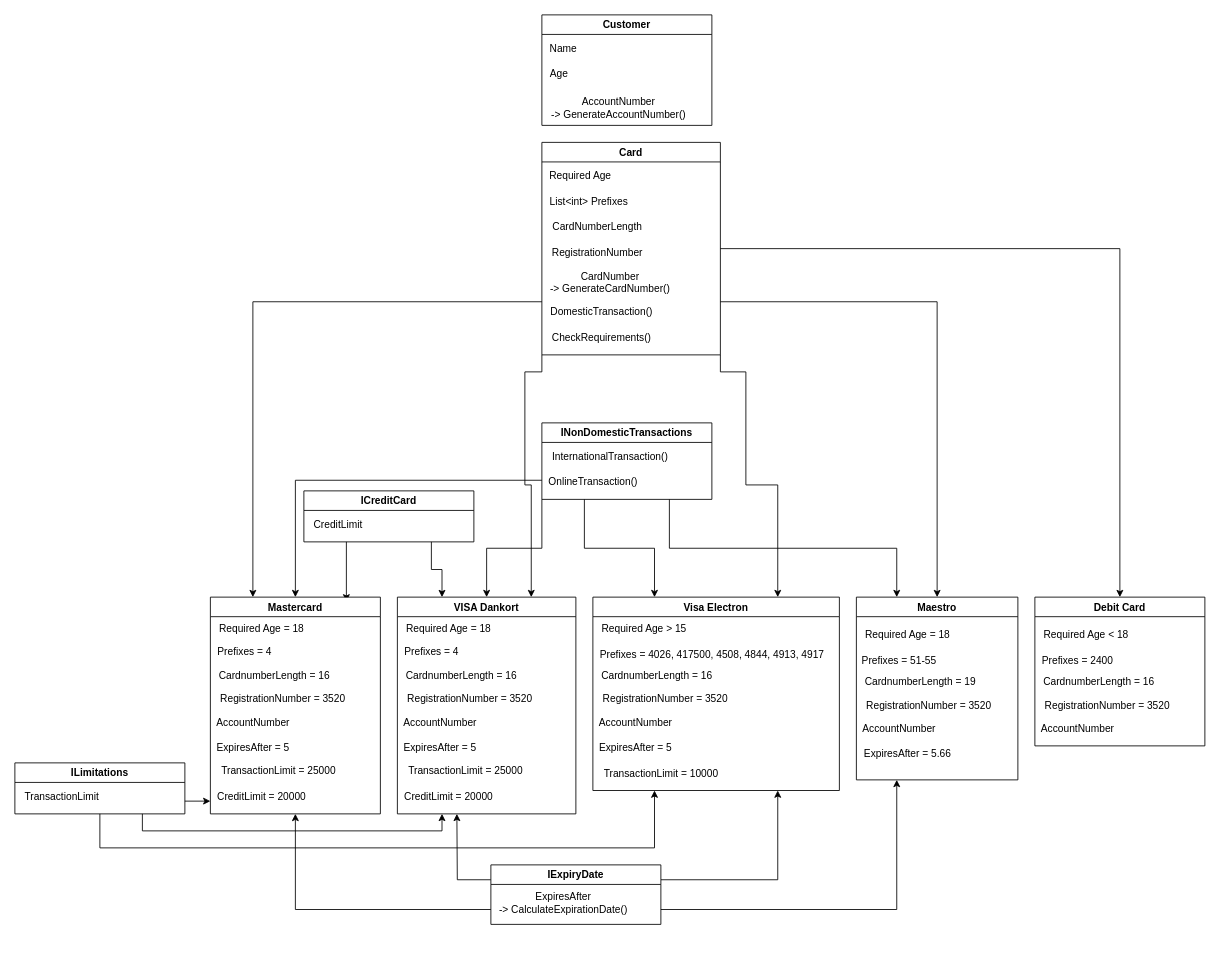
Before: MyBanker.drawio in GoosLife/MyBanker, a draw.io diagram. Source tidied: cells renumbered, new cells numbered last; positions are measured from the earlier drawing's top-left corner, leaving out a move shared by most shapes. Both pictures are drawn from the tidied source at 85%, with x=0, y=0 at pixel (14, 14).
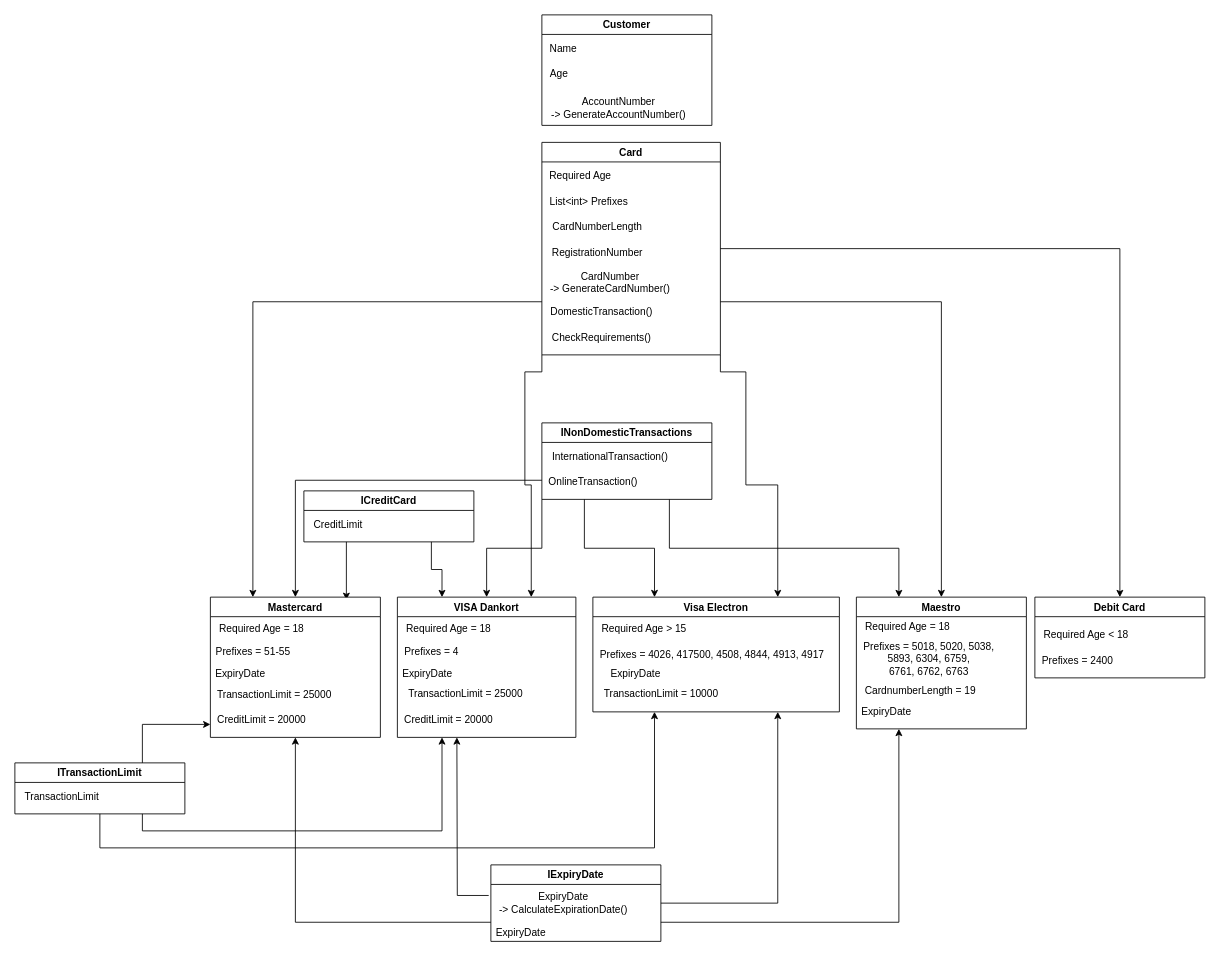
Above is the later version.

Diff of the diagram source:
```diff
@@
-    <mxCell id="19" style="edgeStyle=orthogonalEdgeStyle;rounded=0;jettySize=auto;html=1;exitX=1;exitY=0.75;exitDx=0;exitDy=0;entryX=0;entryY=0.737;entryDx=0;entryDy=0;entryPerimeter=0;" parent="1" edge="1" source="22" target="79">
+    <mxCell id="19" style="edgeStyle=orthogonalEdgeStyle;rounded=0;jettySize=auto;html=1;exitX=0.75;exitY=0;exitDx=0;exitDy=0;entryX=0;entryY=0.737;entryDx=0;entryDy=0;entryPerimeter=0;" parent="1" edge="1" source="22" target="79">
       <mxGeometry relative="1" as="geometry" />
     </mxCell>
@@
-    <mxCell id="22" value="ILimitations" style="swimlane;" parent="1" vertex="1">
+    <mxCell id="22" value="ITransactionLimit" style="swimlane;startSize=23;" parent="1" vertex="1">
       <mxGeometry y="880" width="200" height="60" as="geometry" />
     </mxCell>
@@
-    <mxCell id="32" style="edgeStyle=orthogonalEdgeStyle;rounded=0;jettySize=auto;html=1;exitX=1;exitY=0.25;exitDx=0;exitDy=0;entryX=0.75;entryY=1;entryDx=0;entryDy=0;" parent="1" edge="1" source="35" target="54">
+    <mxCell id="32" style="edgeStyle=orthogonalEdgeStyle;rounded=0;jettySize=auto;html=1;exitX=1;exitY=0.5;exitDx=0;exitDy=0;entryX=0.75;entryY=1;entryDx=0;entryDy=0;" parent="1" edge="1" source="35" target="54">
       <mxGeometry relative="1" as="geometry" />
     </mxCell>
-    <mxCell id="33" style="edgeStyle=orthogonalEdgeStyle;rounded=0;jettySize=auto;html=1;exitX=0;exitY=0.25;exitDx=0;exitDy=0;" parent="1" edge="1" source="35">
+    <mxCell id="33" style="edgeStyle=orthogonalEdgeStyle;rounded=0;jettySize=auto;html=1;exitX=-0.015;exitY=0.2;exitDx=0;exitDy=0;exitPerimeter=0;" parent="1" edge="1" source="36">
       <mxGeometry relative="1" as="geometry">
-        <mxPoint x="520" y="940" as="targetPoint" />
+        <mxPoint x="520" y="850" as="targetPoint" />
       </mxGeometry>
     </mxCell>
@@
     <mxCell id="35" value="IExpiryDate" style="swimlane;" parent="1" vertex="1">
-      <mxGeometry x="560" y="1000" width="200" height="70" as="geometry" />
+      <mxGeometry x="560" y="1000" width="200" height="90" as="geometry" />
     </mxCell>
-    <mxCell id="36" value="&lt;div&gt;ExpiresAfter&lt;/div&gt;&lt;div&gt;-&amp;gt; CalculateExpirationDate()&lt;br&gt;&lt;/div&gt;" style="text;html=1;align=center;verticalAlign=middle;points=[];strokeColor=none;fillColor=none;" parent="35" vertex="1">
+    <mxCell id="36" value="&lt;div&gt;ExpiryDate&lt;/div&gt;&lt;div&gt;-&amp;gt; CalculateExpirationDate()&lt;br&gt;&lt;/div&gt;" style="text;html=1;align=center;verticalAlign=middle;points=[];strokeColor=none;fillColor=none;" parent="35" vertex="1">
       <mxGeometry y="30" width="170" height="30" as="geometry" />
     </mxCell>
+    <mxCell id="80" value="ExpiryDate" style="text;html=1;align=center;verticalAlign=middle;strokeColor=none;fillColor=none;" parent="35" vertex="1">
+      <mxGeometry y="70" width="70" height="20" as="geometry" />
+    </mxCell>
@@
     <mxCell id="41" value="Debit Card" style="swimlane;" parent="1" vertex="1">
-      <mxGeometry x="1200" y="685" width="200" height="175" as="geometry" />
+      <mxGeometry x="1200" y="685" width="200" height="95" as="geometry" />
     </mxCell>
@@
-    <mxCell id="44" value="CardnumberLength = 16" style="text;html=1;align=center;verticalAlign=middle;strokeColor=none;fillColor=none;" parent="41" vertex="1">
-      <mxGeometry y="90" width="150" height="20" as="geometry" />
-    </mxCell>
-    <mxCell id="45" value="RegistrationNumber = 3520" style="text;html=1;align=center;verticalAlign=middle;strokeColor=none;fillColor=none;" parent="41" vertex="1">
-      <mxGeometry y="117.5" width="170" height="20" as="geometry" />
-    </mxCell>
-    <mxCell id="46" value="AccountNumber" style="text;html=1;align=center;verticalAlign=middle;strokeColor=none;fillColor=none;" parent="41" vertex="1">
-      <mxGeometry y="145" width="100" height="20" as="geometry" />
-    </mxCell>
     <mxCell id="47" value="Maestro" style="swimlane;" parent="1" vertex="1">
-      <mxGeometry x="990" y="685" width="190" height="215" as="geometry" />
+      <mxGeometry x="990" y="685" width="200" height="155" as="geometry" />
     </mxCell>
     <mxCell id="48" value="Required Age = 18" style="text;html=1;align=center;verticalAlign=middle;strokeColor=none;fillColor=none;" parent="47" vertex="1">
-      <mxGeometry y="35" width="120" height="20" as="geometry" />
+      <mxGeometry y="25" width="120" height="20" as="geometry" />
     </mxCell>
-    <mxCell id="49" value="Prefixes = 51-55" style="text;html=1;align=center;verticalAlign=middle;strokeColor=none;fillColor=none;" parent="47" vertex="1">
-      <mxGeometry y="65" width="100" height="20" as="geometry" />
+    <mxCell id="49" value="&lt;div&gt;Prefixes = 5018, 5020, 5038, &lt;br&gt;&lt;/div&gt;&lt;div&gt;5893, 6304, 6759, &lt;br&gt;&lt;/div&gt;&lt;div&gt;6761, 6762, 6763&lt;/div&gt;" style="text;html=1;align=center;verticalAlign=middle;strokeColor=none;fillColor=none;" parent="47" vertex="1">
+      <mxGeometry y="47.5" width="170" height="50" as="geometry" />
     </mxCell>
     <mxCell id="50" value="CardnumberLength = 19" style="text;html=1;align=center;verticalAlign=middle;strokeColor=none;fillColor=none;" parent="47" vertex="1">
-      <mxGeometry y="90" width="150" height="20" as="geometry" />
+      <mxGeometry y="100" width="150" height="20" as="geometry" />
     </mxCell>
-    <mxCell id="51" value="RegistrationNumber = 3520" style="text;html=1;align=center;verticalAlign=middle;strokeColor=none;fillColor=none;" parent="47" vertex="1">
-      <mxGeometry y="117.5" width="170" height="20" as="geometry" />
-    </mxCell>
-    <mxCell id="52" value="AccountNumber" style="text;html=1;align=center;verticalAlign=middle;strokeColor=none;fillColor=none;" parent="47" vertex="1">
-      <mxGeometry y="145" width="100" height="20" as="geometry" />
-    </mxCell>
-    <mxCell id="53" value="ExpiresAfter = 5.66" style="text;html=1;align=center;verticalAlign=middle;strokeColor=none;fillColor=none;" parent="47" vertex="1">
-      <mxGeometry y="175" width="120" height="20" as="geometry" />
+    <mxCell id="53" value="ExpiryDate" style="text;html=1;align=center;verticalAlign=middle;strokeColor=none;fillColor=none;" parent="47" vertex="1">
+      <mxGeometry y="125" width="70" height="20" as="geometry" />
     </mxCell>
     <mxCell id="54" value="Visa Electron" style="swimlane;" parent="1" vertex="1">
-      <mxGeometry x="680" y="685" width="290" height="227.5" as="geometry" />
+      <mxGeometry x="680" y="685" width="290" height="135" as="geometry" />
     </mxCell>
@@
-    <mxCell id="57" value="&lt;div&gt;CardnumberLength = 16&lt;/div&gt;" style="text;html=1;align=center;verticalAlign=middle;strokeColor=none;fillColor=none;" parent="54" vertex="1">
-      <mxGeometry y="82.5" width="150" height="20" as="geometry" />
-    </mxCell>
-    <mxCell id="58" value="RegistrationNumber = 3520" style="text;html=1;align=center;verticalAlign=middle;strokeColor=none;fillColor=none;" parent="54" vertex="1">
-      <mxGeometry y="110" width="170" height="20" as="geometry" />
-    </mxCell>
-    <mxCell id="59" value="AccountNumber" style="text;html=1;align=center;verticalAlign=middle;strokeColor=none;fillColor=none;" parent="54" vertex="1">
-      <mxGeometry y="137.5" width="100" height="20" as="geometry" />
-    </mxCell>
-    <mxCell id="60" value="ExpiresAfter = 5" style="text;html=1;align=center;verticalAlign=middle;strokeColor=none;fillColor=none;" parent="54" vertex="1">
-      <mxGeometry y="167.5" width="100" height="20" as="geometry" />
+    <mxCell id="60" value="ExpiryDate" style="text;html=1;align=center;verticalAlign=middle;strokeColor=none;fillColor=none;" parent="54" vertex="1">
+      <mxGeometry x="15" y="80" width="70" height="20" as="geometry" />
     </mxCell>
     <mxCell id="61" value="TransactionLimit = 10000" style="text;html=1;align=center;verticalAlign=middle;strokeColor=none;fillColor=none;" parent="54" vertex="1">
-      <mxGeometry y="197.5" width="160" height="20" as="geometry" />
+      <mxGeometry y="103.8" width="160" height="20" as="geometry" />
     </mxCell>
     <mxCell id="62" value="VISA Dankort" style="swimlane;" parent="1" vertex="1">
-      <mxGeometry x="450" y="685" width="210" height="255" as="geometry" />
+      <mxGeometry x="450" y="685" width="210" height="165" as="geometry" />
     </mxCell>
@@
-    <mxCell id="65" value="&lt;div&gt;CardnumberLength = 16&lt;/div&gt;" style="text;html=1;align=center;verticalAlign=middle;strokeColor=none;fillColor=none;" parent="62" vertex="1">
-      <mxGeometry y="82.5" width="150" height="20" as="geometry" />
-    </mxCell>
-    <mxCell id="66" value="RegistrationNumber = 3520" style="text;html=1;align=center;verticalAlign=middle;strokeColor=none;fillColor=none;" parent="62" vertex="1">
-      <mxGeometry y="110" width="170" height="20" as="geometry" />
-    </mxCell>
-    <mxCell id="67" value="AccountNumber" style="text;html=1;align=center;verticalAlign=middle;strokeColor=none;fillColor=none;" parent="62" vertex="1">
-      <mxGeometry y="137.5" width="100" height="20" as="geometry" />
-    </mxCell>
-    <mxCell id="68" value="ExpiresAfter = 5" style="text;html=1;align=center;verticalAlign=middle;strokeColor=none;fillColor=none;" parent="62" vertex="1">
-      <mxGeometry y="167.5" width="100" height="20" as="geometry" />
+    <mxCell id="68" value="ExpiryDate" style="text;html=1;align=center;verticalAlign=middle;strokeColor=none;fillColor=none;" parent="62" vertex="1">
+      <mxGeometry y="79.5" width="70" height="20" as="geometry" />
     </mxCell>
     <mxCell id="69" value="TransactionLimit = 25000" style="text;html=1;align=center;verticalAlign=middle;strokeColor=none;fillColor=none;" parent="62" vertex="1">
-      <mxGeometry y="195" width="160" height="20" as="geometry" />
+      <mxGeometry y="104" width="160" height="20" as="geometry" />
     </mxCell>
     <mxCell id="70" value="CreditLimit = 20000" style="text;html=1;align=center;verticalAlign=middle;strokeColor=none;fillColor=none;" parent="62" vertex="1">
-      <mxGeometry y="225" width="120" height="20" as="geometry" />
+      <mxGeometry y="135" width="120" height="20" as="geometry" />
     </mxCell>
     <mxCell id="71" value="Mastercard" style="swimlane;" parent="1" vertex="1">
-      <mxGeometry x="230" y="685" width="200" height="255" as="geometry" />
+      <mxGeometry x="230" y="685" width="200" height="165" as="geometry" />
     </mxCell>
@@
-    <mxCell id="73" value="Prefixes = 4" style="text;html=1;align=center;verticalAlign=middle;strokeColor=none;fillColor=none;" parent="71" vertex="1">
-      <mxGeometry y="55" width="80" height="20" as="geometry" />
+    <mxCell id="73" value="Prefixes = 51-55" style="text;html=1;align=center;verticalAlign=middle;strokeColor=none;fillColor=none;" parent="71" vertex="1">
+      <mxGeometry y="55" width="100" height="20" as="geometry" />
     </mxCell>
-    <mxCell id="74" value="&lt;div&gt;CardnumberLength = 16&lt;/div&gt;" style="text;html=1;align=center;verticalAlign=middle;strokeColor=none;fillColor=none;" parent="71" vertex="1">
-      <mxGeometry y="82.5" width="150" height="20" as="geometry" />
-    </mxCell>
-    <mxCell id="75" value="RegistrationNumber = 3520" style="text;html=1;align=center;verticalAlign=middle;strokeColor=none;fillColor=none;" parent="71" vertex="1">
-      <mxGeometry y="110" width="170" height="20" as="geometry" />
-    </mxCell>
-    <mxCell id="76" value="AccountNumber" style="text;html=1;align=center;verticalAlign=middle;strokeColor=none;fillColor=none;" parent="71" vertex="1">
-      <mxGeometry y="137.5" width="100" height="20" as="geometry" />
-    </mxCell>
-    <mxCell id="77" value="ExpiresAfter = 5" style="text;html=1;align=center;verticalAlign=middle;strokeColor=none;fillColor=none;" parent="71" vertex="1">
-      <mxGeometry y="167.5" width="100" height="20" as="geometry" />
+    <mxCell id="77" value="ExpiryDate" style="text;html=1;align=center;verticalAlign=middle;strokeColor=none;fillColor=none;" parent="71" vertex="1">
+      <mxGeometry y="80" width="70" height="20" as="geometry" />
     </mxCell>
     <mxCell id="78" value="TransactionLimit = 25000" style="text;html=1;align=center;verticalAlign=middle;strokeColor=none;fillColor=none;" parent="71" vertex="1">
-      <mxGeometry y="195" width="160" height="20" as="geometry" />
+      <mxGeometry x="-5" y="105" width="160" height="20" as="geometry" />
     </mxCell>
     <mxCell id="79" value="CreditLimit = 20000" style="text;html=1;align=center;verticalAlign=middle;points=[];strokeColor=none;fillColor=none;" parent="71" vertex="1">
-      <mxGeometry y="225" width="120" height="20" as="geometry" />
+      <mxGeometry y="135" width="120" height="20" as="geometry" />
     </mxCell>
```
